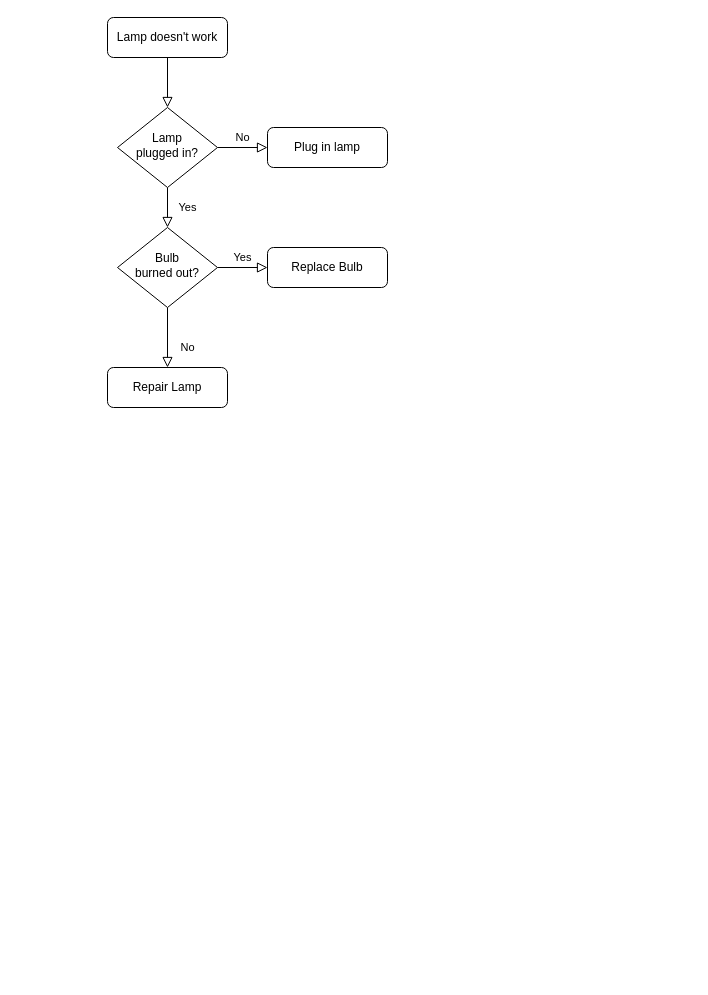
This is 机器人执行任务.drawio from xingzhihe/hello-world, a draw.io file, before an edit. Source tidied: cells renumbered, new cells numbered last; positions are measured from the earlier drawing's top-left corner, leaving out a move shared by most shapes. Both pictures are drawn from the tidied source at 100%, with x=0, y=0 at pixel (107, 17).
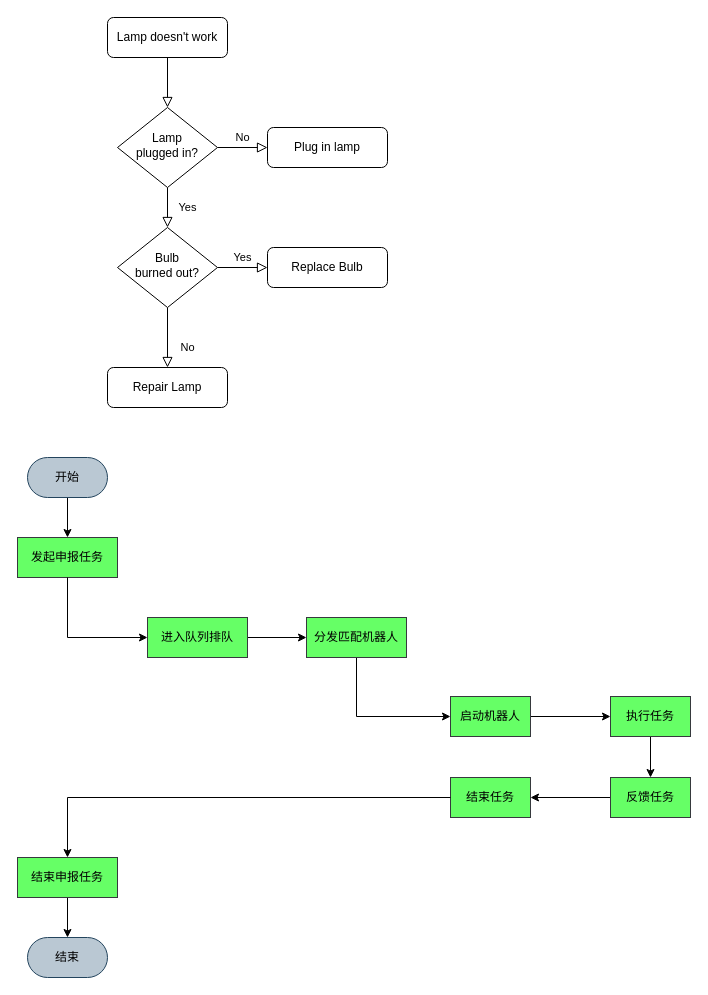
After the change.

Commit message:
更新机器人执行任务.drawio

Diff of the diagram source:
```diff
@@
+    <mxCell id="13" style="edgeStyle=orthogonalEdgeStyle;rounded=0;jettySize=auto;html=1;" parent="1" edge="1" source="14" target="15">
+      <mxGeometry relative="1" as="geometry" />
+    </mxCell>
+    <mxCell id="14" value="开始" style="rounded=1;whiteSpace=wrap;html=1;strokeOpacity=100;arcSize=50;fillColor=#bac8d3;strokeColor=#23445d;" parent="1" vertex="1">
+      <mxGeometry x="-80" y="440" width="80" height="40" as="geometry" />
+    </mxCell>
+    <mxCell id="15" value="发起申报任务" style="rounded=0;whiteSpace=wrap;html=1;fillColor=#66FF66;strokeColor=#36393d;" parent="1" vertex="1">
+      <mxGeometry x="-90" y="520" width="100" height="40" as="geometry" />
+    </mxCell>
+    <mxCell id="16" style="edgeStyle=orthogonalEdgeStyle;rounded=0;jettySize=auto;html=1;exitX=0.5;exitY=1;exitDx=0;exitDy=0;entryX=0;entryY=0.5;entryDx=0;entryDy=0;" parent="1" edge="1" source="15" target="18">
+      <mxGeometry relative="1" as="geometry" />
+    </mxCell>
+    <mxCell id="17" style="edgeStyle=orthogonalEdgeStyle;rounded=0;jettySize=auto;html=1;" parent="1" edge="1" source="18" target="20">
+      <mxGeometry relative="1" as="geometry" />
+    </mxCell>
+    <mxCell id="18" value="进入队列排队" style="rounded=0;whiteSpace=wrap;html=1;fillColor=#66FF66;strokeColor=#36393d;" parent="1" vertex="1">
+      <mxGeometry x="40" y="600" width="100" height="40" as="geometry" />
+    </mxCell>
+    <mxCell id="19" style="edgeStyle=orthogonalEdgeStyle;rounded=0;jettySize=auto;html=1;exitX=0.5;exitY=1;exitDx=0;exitDy=0;entryX=0;entryY=0.5;entryDx=0;entryDy=0;" parent="1" edge="1" source="20" target="22">
+      <mxGeometry relative="1" as="geometry" />
+    </mxCell>
+    <mxCell id="20" value="分发匹配机器人" style="rounded=0;whiteSpace=wrap;html=1;fillColor=#66FF66;strokeColor=#36393d;" parent="1" vertex="1">
+      <mxGeometry x="199" y="600" width="100" height="40" as="geometry" />
+    </mxCell>
+    <mxCell id="21" style="edgeStyle=orthogonalEdgeStyle;rounded=0;jettySize=auto;html=1;" parent="1" edge="1" source="22" target="24">
+      <mxGeometry relative="1" as="geometry" />
+    </mxCell>
+    <mxCell id="22" value="启动机器人" style="rounded=0;whiteSpace=wrap;html=1;fillColor=#66FF66;strokeColor=#36393d;" parent="1" vertex="1">
+      <mxGeometry x="343" y="679" width="80" height="40" as="geometry" />
+    </mxCell>
+    <mxCell id="23" style="edgeStyle=orthogonalEdgeStyle;rounded=0;jettySize=auto;html=1;" parent="1" edge="1" source="24" target="26">
+      <mxGeometry relative="1" as="geometry" />
+    </mxCell>
+    <mxCell id="24" value="执行任务" style="rounded=0;whiteSpace=wrap;html=1;fillColor=#66FF66;strokeColor=#36393d;" parent="1" vertex="1">
+      <mxGeometry x="503" y="679" width="80" height="40" as="geometry" />
+    </mxCell>
+    <mxCell id="25" style="edgeStyle=orthogonalEdgeStyle;rounded=0;jettySize=auto;html=1;" parent="1" edge="1" source="26" target="27">
+      <mxGeometry relative="1" as="geometry" />
+    </mxCell>
+    <mxCell id="26" value="反馈任务" style="rounded=0;whiteSpace=wrap;html=1;fillColor=#66FF66;strokeColor=#36393d;" parent="1" vertex="1">
+      <mxGeometry x="503" y="760" width="80" height="40" as="geometry" />
+    </mxCell>
+    <mxCell id="27" value="结束任务" style="rounded=0;whiteSpace=wrap;html=1;fillColor=#66FF66;strokeColor=#36393d;" parent="1" vertex="1">
+      <mxGeometry x="343" y="760" width="80" height="40" as="geometry" />
+    </mxCell>
+    <mxCell id="28" style="edgeStyle=orthogonalEdgeStyle;rounded=0;jettySize=auto;html=1;" parent="1" edge="1" source="29" target="30">
+      <mxGeometry relative="1" as="geometry" />
+    </mxCell>
+    <mxCell id="29" value="结束申报任务" style="rounded=0;whiteSpace=wrap;html=1;fillColor=#66FF66;strokeColor=#36393d;" parent="1" vertex="1">
+      <mxGeometry x="-90" y="840" width="100" height="40" as="geometry" />
+    </mxCell>
+    <mxCell id="30" value="结束" style="rounded=1;whiteSpace=wrap;html=1;strokeOpacity=100;arcSize=50;fillColor=#bac8d3;strokeColor=#23445d;" parent="1" vertex="1">
+      <mxGeometry x="-80" y="920" width="80" height="40" as="geometry" />
+    </mxCell>
+    <mxCell id="31" style="edgeStyle=orthogonalEdgeStyle;rounded=0;jettySize=auto;html=1;entryX=0.5;entryY=0;entryDx=0;entryDy=0;exitX=0;exitY=0.5;exitDx=0;exitDy=0;" parent="1" edge="1" source="27" target="29">
+      <mxGeometry relative="1" as="geometry" />
+    </mxCell>
```
